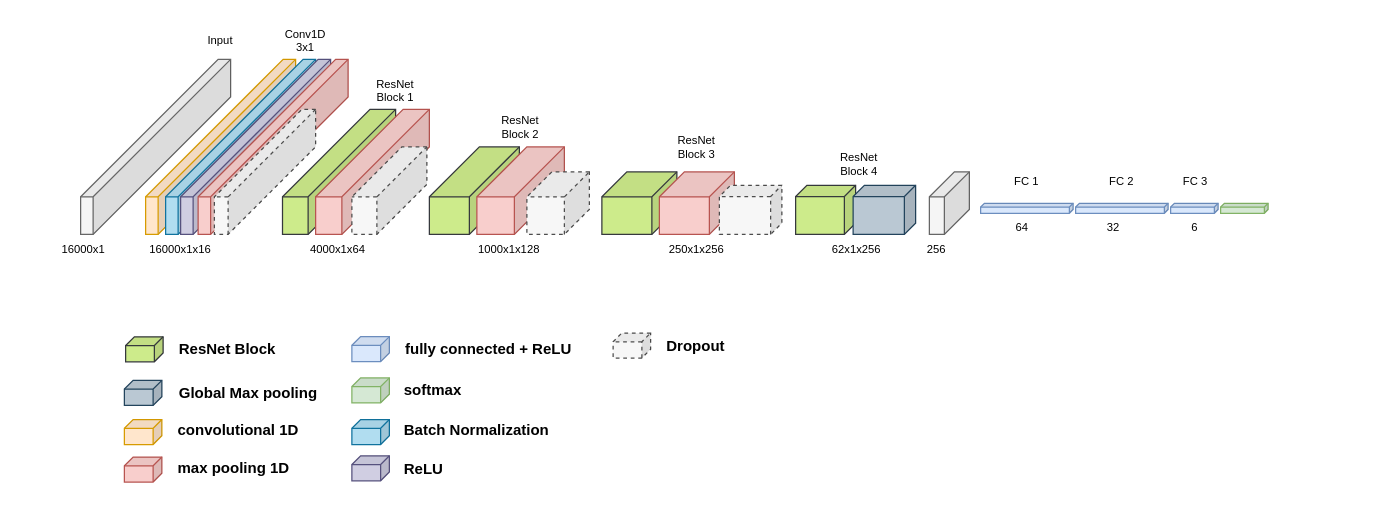
This is vgg16_xml.drawio from OshanJayawardana/Neural-Network-Architecture-Diagrams, a draw.io file, before an edit. Source tidied: cells renumbered, new cells numbered last; positions are measured from the earlier drawing's top-left corner, leaving out a move shared by most shapes. Both pictures are drawn from the tidied source at 125%, with x=0, y=0 at pixel (21, 21).
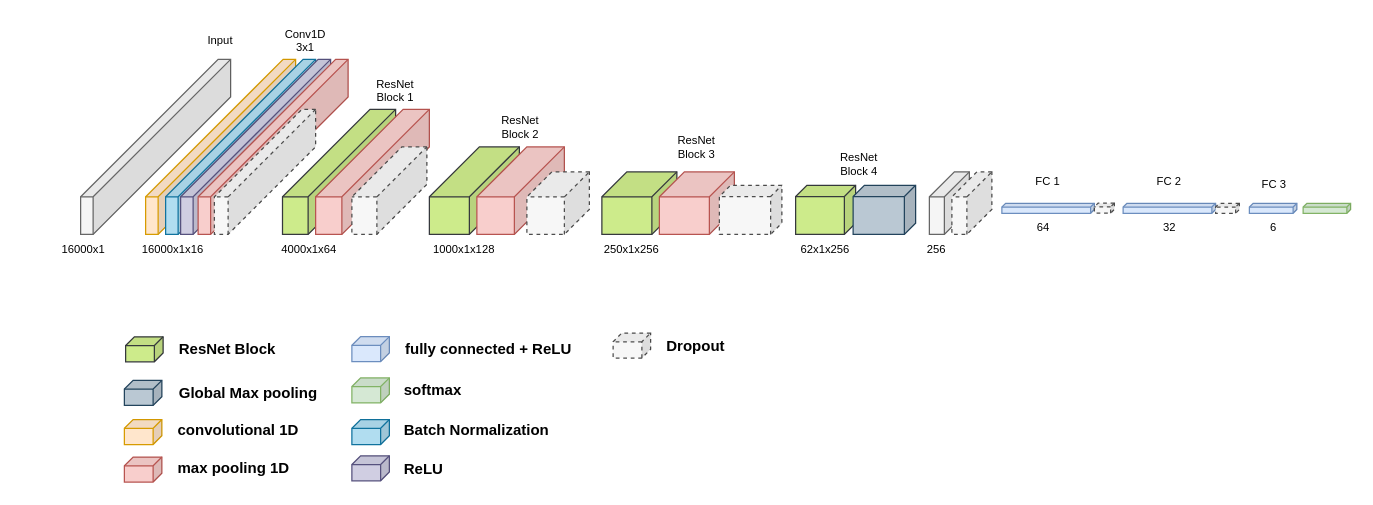
Above is the later version.

Diff of the diagram source:
```diff
@@
     <mxCell id="6" style="shape=cube;whiteSpace=wrap;html=1;boundedLbl=1;backgroundOutline=1;darkOpacity=0.05;darkOpacity2=0.1;size=3;direction=east;flipH=1;fillColor=#dae8fc;strokeColor=#6c8ebf;" parent="1" vertex="1">
-      <mxGeometry x="767" y="145.1" width="74" height="8" as="geometry" />
+      <mxGeometry x="784" y="145.1" width="74" height="8" as="geometry" />
     </mxCell>
     <mxCell id="7" style="shape=cube;whiteSpace=wrap;html=1;boundedLbl=1;backgroundOutline=1;darkOpacity=0.05;darkOpacity2=0.1;size=3;direction=east;flipH=1;fillColor=#dae8fc;strokeColor=#6c8ebf;" parent="1" vertex="1">
-      <mxGeometry x="843" y="145.1" width="74" height="8" as="geometry" />
+      <mxGeometry x="881" y="145.1" width="74" height="8" as="geometry" />
     </mxCell>
     <mxCell id="8" style="shape=cube;whiteSpace=wrap;html=1;boundedLbl=1;backgroundOutline=1;darkOpacity=0.05;darkOpacity2=0.1;size=3;direction=east;flipH=1;fillColor=#dae8fc;strokeColor=#6c8ebf;" parent="1" vertex="1">
-      <mxGeometry x="919" y="145.1" width="38" height="8" as="geometry" />
+      <mxGeometry x="982" y="145.1" width="38" height="8" as="geometry" />
     </mxCell>
@@
     <mxCell id="12" style="shape=cube;whiteSpace=wrap;html=1;boundedLbl=1;backgroundOutline=1;darkOpacity=0.05;darkOpacity2=0.1;size=3;direction=east;flipH=1;fillColor=#d5e8d4;strokeColor=#82b366;" parent="1" vertex="1">
-      <mxGeometry x="959" y="145.1" width="38" height="8" as="geometry" />
+      <mxGeometry x="1025" y="145.1" width="38" height="8" as="geometry" />
     </mxCell>
@@
     <mxCell id="15" value="&lt;span style=&quot;font-size: 9px;&quot;&gt;FC 1&lt;/span&gt;" style="text;html=1;strokeColor=none;fillColor=none;align=center;verticalAlign=middle;whiteSpace=wrap;rounded=0;fontSize=9;fontStyle=0;" parent="1" vertex="1">
-      <mxGeometry x="784" y="112.6" width="40" height="30" as="geometry" />
+      <mxGeometry x="801" y="112.6" width="40" height="30" as="geometry" />
     </mxCell>
     <mxCell id="16" value="&lt;span style=&quot;font-size: 9px;&quot;&gt;FC 2&lt;/span&gt;" style="text;html=1;strokeColor=none;fillColor=none;align=center;verticalAlign=middle;whiteSpace=wrap;rounded=0;fontSize=9;fontStyle=0;" parent="1" vertex="1">
-      <mxGeometry x="860" y="112.6" width="40" height="30" as="geometry" />
+      <mxGeometry x="898" y="112.6" width="40" height="30" as="geometry" />
     </mxCell>
     <mxCell id="17" value="&lt;span style=&quot;font-size: 9px;&quot;&gt;FC 3&lt;/span&gt;" style="text;html=1;strokeColor=none;fillColor=none;align=center;verticalAlign=middle;whiteSpace=wrap;rounded=0;fontSize=9;fontStyle=0;" parent="1" vertex="1">
-      <mxGeometry x="919" y="112.6" width="40" height="30" as="geometry" />
+      <mxGeometry x="982" y="115" width="40" height="30" as="geometry" />
     </mxCell>
@@
     <mxCell id="19" value="16000x1x16" style="text;html=1;strokeColor=none;fillColor=none;align=center;verticalAlign=middle;whiteSpace=wrap;rounded=0;fontSize=9;" parent="1" vertex="1">
-      <mxGeometry x="83" y="173.6" width="88" height="17.1" as="geometry" />
+      <mxGeometry x="77" y="173.6" width="88" height="17.1" as="geometry" />
     </mxCell>
     <mxCell id="20" value="64" style="text;html=1;strokeColor=none;fillColor=none;align=center;verticalAlign=middle;whiteSpace=wrap;rounded=0;fontSize=9;fontStyle=0;" parent="1" vertex="1">
-      <mxGeometry x="751" y="153.1" width="99" height="24" as="geometry" />
+      <mxGeometry x="768" y="153.1" width="99" height="24" as="geometry" />
     </mxCell>
@@
     <mxCell id="37" value="4000x1x64" style="text;html=1;strokeColor=none;fillColor=none;align=center;verticalAlign=middle;whiteSpace=wrap;rounded=0;fontSize=9;" parent="1" vertex="1">
-      <mxGeometry x="208.5" y="173.6" width="88" height="17.1" as="geometry" />
+      <mxGeometry x="186" y="173.6" width="88" height="17.1" as="geometry" />
     </mxCell>
@@
     <mxCell id="39" value="1000x1x128" style="text;html=1;strokeColor=none;fillColor=none;align=center;verticalAlign=middle;whiteSpace=wrap;rounded=0;fontSize=9;" parent="1" vertex="1">
-      <mxGeometry x="346" y="173.5" width="88" height="17.1" as="geometry" />
+      <mxGeometry x="310" y="173.5" width="88" height="17.1" as="geometry" />
     </mxCell>
@@
     <mxCell id="42" value="250x1x256" style="text;html=1;strokeColor=none;fillColor=none;align=center;verticalAlign=middle;whiteSpace=wrap;rounded=0;fontSize=9;" parent="1" vertex="1">
-      <mxGeometry x="496" y="173.5" width="88" height="17.1" as="geometry" />
+      <mxGeometry x="444" y="173.6" width="88" height="17.1" as="geometry" />
     </mxCell>
@@
     <mxCell id="46" value="62x1x256" style="text;html=1;strokeColor=none;fillColor=none;align=center;verticalAlign=middle;whiteSpace=wrap;rounded=0;fontSize=9;" parent="1" vertex="1">
-      <mxGeometry x="624" y="173.6" width="88" height="17.1" as="geometry" />
+      <mxGeometry x="599" y="173.5" width="88" height="17.1" as="geometry" />
     </mxCell>
@@
     <mxCell id="48" value="32" style="text;html=1;strokeColor=none;fillColor=none;align=center;verticalAlign=middle;whiteSpace=wrap;rounded=0;fontSize=9;fontStyle=0;" parent="1" vertex="1">
-      <mxGeometry x="824" y="153.1" width="99" height="24" as="geometry" />
+      <mxGeometry x="868.5" y="153.1" width="99" height="24" as="geometry" />
     </mxCell>
     <mxCell id="49" value="6" style="text;html=1;strokeColor=none;fillColor=none;align=center;verticalAlign=middle;whiteSpace=wrap;rounded=0;fontSize=9;fontStyle=0;" parent="1" vertex="1">
-      <mxGeometry x="888.5" y="153.1" width="99" height="24" as="geometry" />
+      <mxGeometry x="951.5" y="153.1" width="99" height="24" as="geometry" />
     </mxCell>
@@
+    <mxCell id="61" style="shape=cube;whiteSpace=wrap;html=1;boundedLbl=1;backgroundOutline=1;darkOpacity=0.05;darkOpacity2=0.1;size=3;direction=east;flipH=1;fillColor=#F7F7F7;strokeColor=#4D4D4D;dashed=1;" parent="1" vertex="1">
+      <mxGeometry x="858" y="145" width="16" height="8" as="geometry" />
+    </mxCell>
+    <mxCell id="62" style="shape=cube;whiteSpace=wrap;html=1;boundedLbl=1;backgroundOutline=1;darkOpacity=0.05;darkOpacity2=0.1;size=3;direction=east;flipH=1;fillColor=#F7F7F7;strokeColor=#4D4D4D;dashed=1;" parent="1" vertex="1">
+      <mxGeometry x="955" y="145.1" width="19" height="8" as="geometry" />
+    </mxCell>
+    <mxCell id="63" style="shape=cube;whiteSpace=wrap;html=1;boundedLbl=1;backgroundOutline=1;darkOpacity=0.05;darkOpacity2=0.1;size=20;direction=east;flipH=1;fillColor=#F7F7F7;strokeColor=#4D4D4D;fontColor=default;dashed=1;" parent="1" vertex="1">
+      <mxGeometry x="744" y="120" width="32" height="50" as="geometry" />
+    </mxCell>
```
